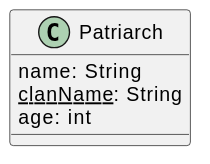
QuentinRa/blog.quentinra.dev keeps this PlantUML diagram as programming-languages/databases/relational/_knowledge/_uml/rule1.svg. Above is the earlier version.
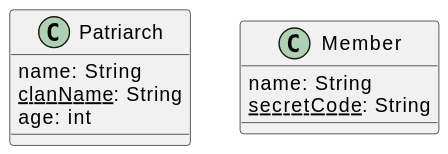
Above is the later version.

Diff of the diagram source:
```diff
@@ -4,4 +4,9 @@
   <u>clanName</u>: String
   age: int
 }
+
+class Member {
+    name: String
+    <u>secretCode</u>: String
+}
 @enduml
```
